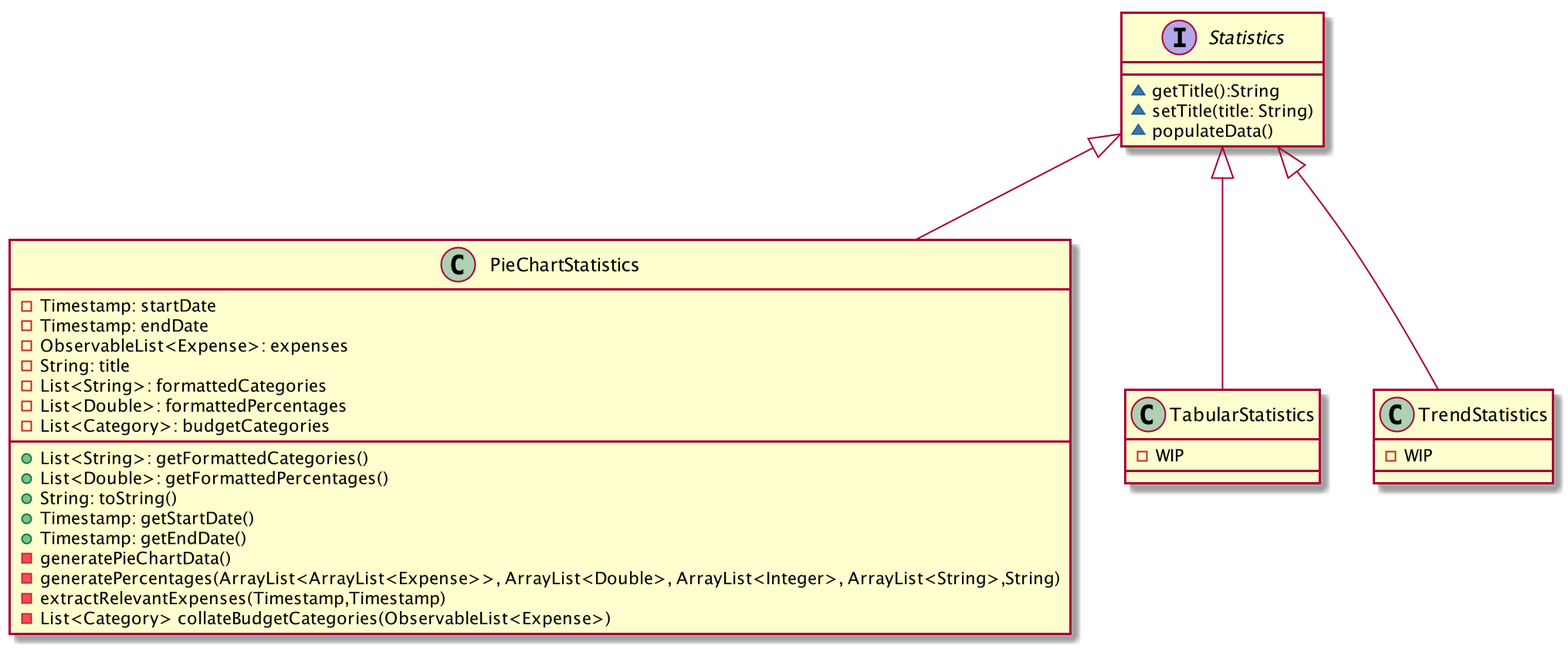
Above: docs/images/StatisticsClassDiagram.png in nus-cs2103-AY1920S1/addressbook-level3 (PlantUML), before the change.
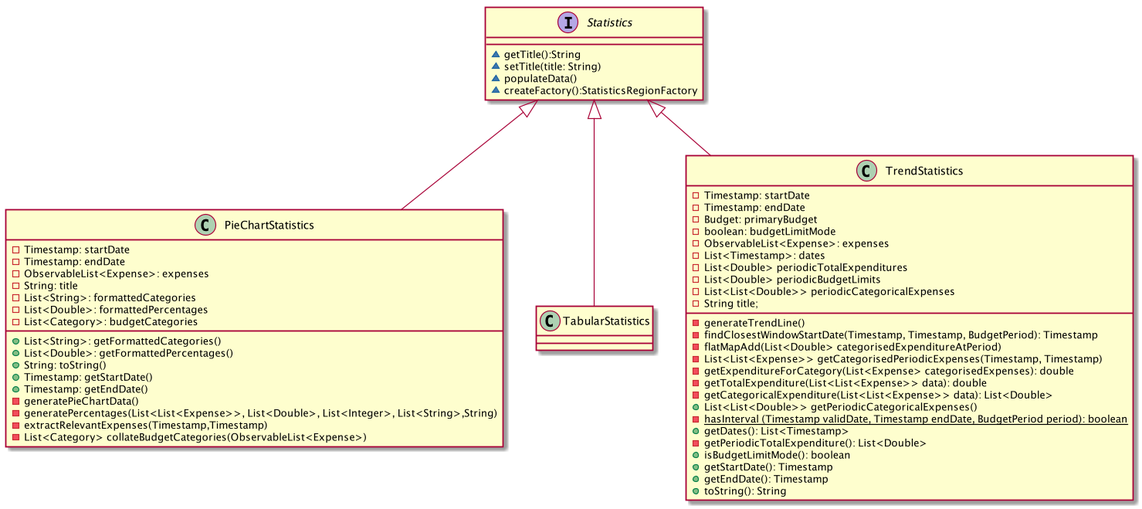
After the commit.

Diff of the diagram source:
```diff
@@ -6,7 +6,10 @@
 ~getTitle():String
 ~setTitle(title: String)
 ~populateData()
+~createFactory():StatisticsRegionFactory
 }
+
+
 
 class PieChartStatistics {
 -Timestamp: startDate
@@ -23,17 +26,54 @@
 +Timestamp: getStartDate()
 +Timestamp: getEndDate()
 -generatePieChartData()
--generatePercentages(ArrayList<ArrayList<Expense>>, ArrayList<Double>, ArrayList<Integer>, ArrayList<String>,String)
+-generatePercentages(List<List<Expense>>, List<Double>, List<Integer>, List<String>,String)
 -extractRelevantExpenses(Timestamp,Timestamp)
 -List<Category> collateBudgetCategories(ObservableList<Expense>)
 }
 
+
+
 class TabularStatistics {
--WIP
+
 }
+
+
+
 class TrendStatistics {
--WIP
+-Timestamp: startDate
+-Timestamp: endDate
+-Budget: primaryBudget
+-boolean: budgetLimitMode
+-ObservableList<Expense>: expenses
+-List<Timestamp>: dates
+-List<Double> periodicTotalExpenditures
+-List<Double> periodicBudgetLimits
+-List<List<Double>> periodicCategoricalExpenses
+-String title;
+-generateTrendLine()
+-findClosestWindowStartDate(Timestamp, Timestamp, BudgetPeriod): Timestamp
+-flatMapAdd(List<Double> categorisedExpenditureAtPeriod)
+-List<List<Expense>> getCategorisedPeriodicExpenses(Timestamp, Timestamp)
+-getExpenditureForCategory(List<Expense> categorisedExpenses): double
+-getTotalExpenditure(List<List<Expense>> data): double
+-getCategoricalExpenditure(List<List<Expense>> data): List<Double>
++List<List<Double>> getPeriodicCategoricalExpenses()
+-{static} hasInterval (Timestamp validDate, Timestamp endDate, BudgetPeriod period): boolean
++getDates(): List<Timestamp>
+-getPeriodicTotalExpenditure(): List<Double>
++ isBudgetLimitMode(): boolean
++ getStartDate(): Timestamp
++getEndDate(): Timestamp
++toString(): String
 }
+
+
+
+
+
+
+
+
 
 
 
```
